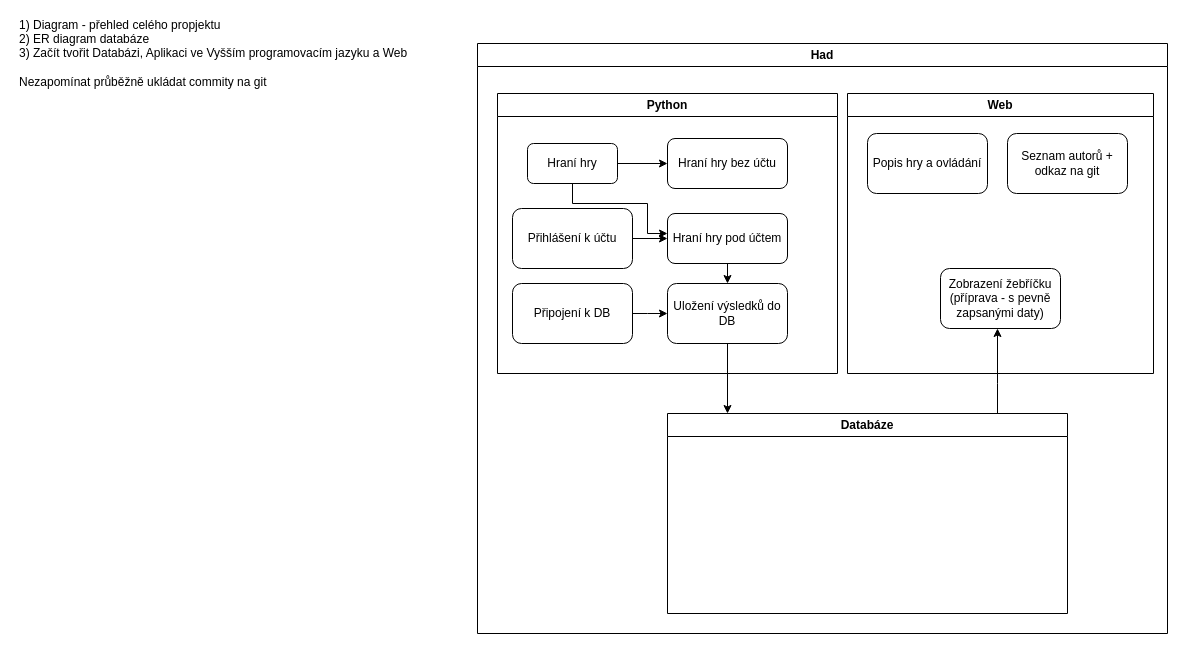
Earlier version of the draw.io diagram 2022_EPA/2022_EPA_Projekt.drawio (JaroslavHolecek/SPS_for_students). Source tidied: cells renumbered, new cells numbered last; positions are measured from the earlier drawing's top-left corner, leaving out a move shared by most shapes. Both pictures are drawn from the tidied source at 100%, with x=0, y=0 at pixel (17, 43).
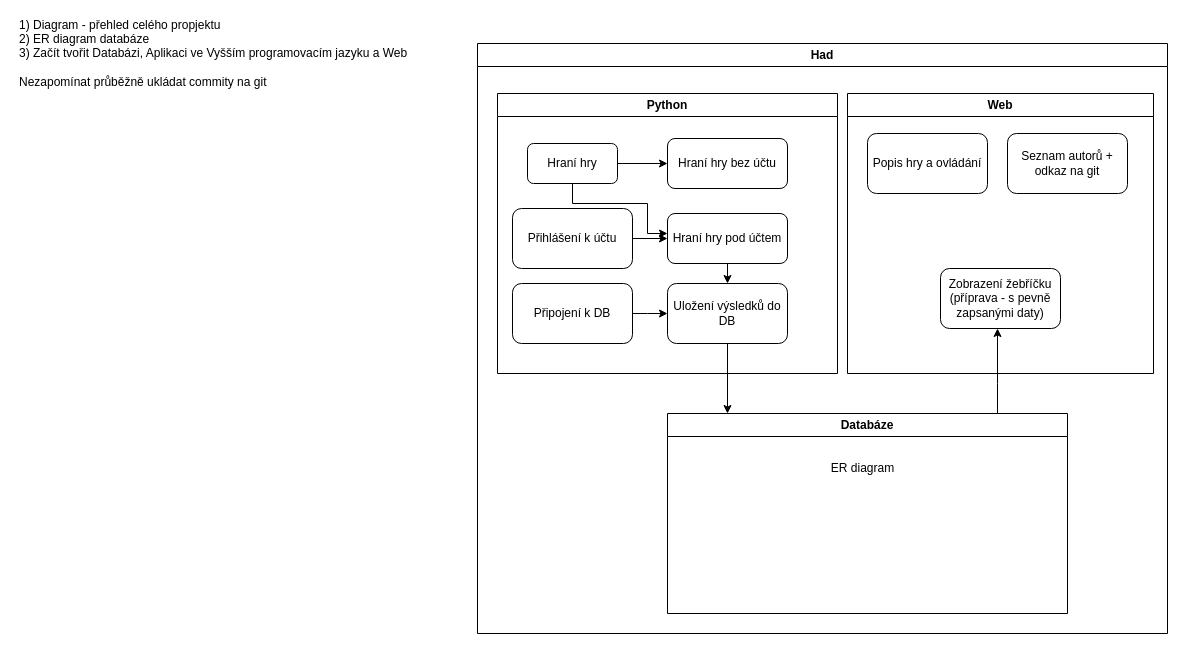
Above is the later version.

Commit message (it also covers changes not shown here):
diagram prace

The change refers to these unchanged cells:
```xml
<mxCell id="20" value="Databáze" style="swimlane;whiteSpace=wrap;html=1;" parent="2" vertex="1">
  <mxGeometry x="190" y="370" width="400" height="200" as="geometry" />
</mxCell>
```

Change to the diagram source:
```diff
@@
+    <mxCell id="23" value="ER diagram" style="text;html=1;align=center;verticalAlign=middle;strokeColor=none;fillColor=none;" parent="20" vertex="1">
+      <mxGeometry x="150" y="40" width="90" height="30" as="geometry" />
+    </mxCell>
```
